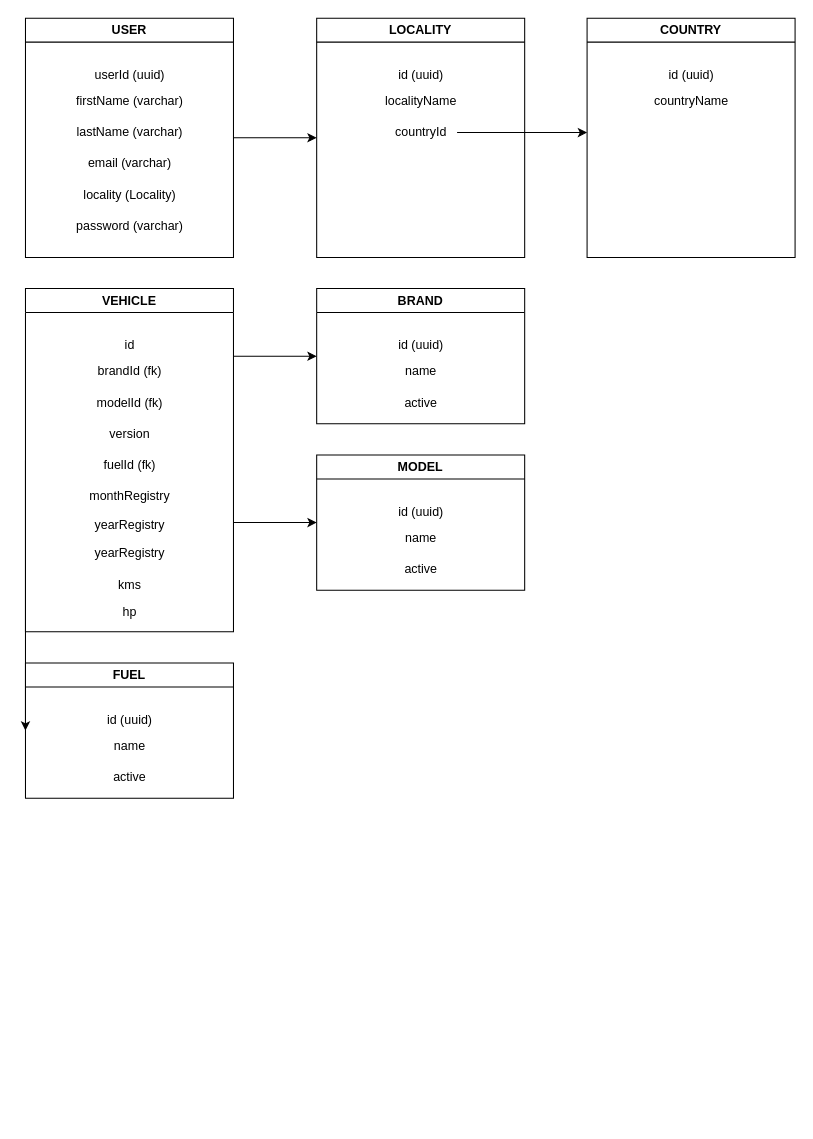
The draw.io diagram concept/register.drawio in alvesa/vehicles-backend, before the edit. Source tidied: cells renumbered, new cells numbered last; positions are measured from the earlier drawing's top-left corner, leaving out a move shared by most shapes. Both pictures are drawn from the tidied source at 104%, with x=0, y=0 at pixel (25, 18).
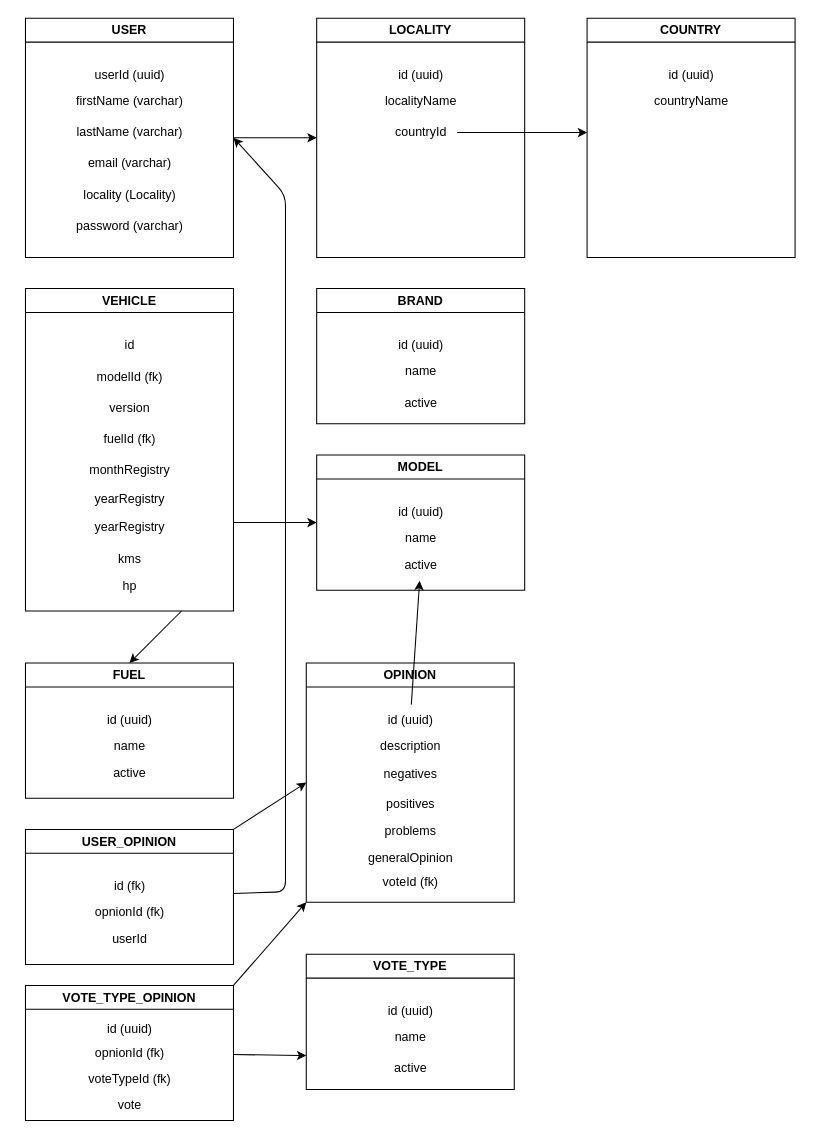
Above is the later version.

Unchanged cells that the change refers to:
```xml
<mxCell id="21" value="USER" style="swimlane;whiteSpace=wrap;html=1;" parent="1" vertex="1">
  <mxGeometry width="200" height="230" as="geometry" />
</mxCell>
<mxCell id="29" value="BRAND" style="swimlane;whiteSpace=wrap;html=1;" parent="1" vertex="1">
  <mxGeometry x="280" y="260" width="200" height="130" as="geometry" />
</mxCell>
<mxCell id="34" value="MODEL" style="swimlane;whiteSpace=wrap;html=1;" parent="1" vertex="1">
  <mxGeometry x="280" y="420" width="200" height="130" as="geometry" />
</mxCell>
<mxCell id="39" value="FUEL" style="swimlane;whiteSpace=wrap;html=1;" parent="1" vertex="1">
  <mxGeometry y="620" width="200" height="130" as="geometry" />
</mxCell>
```

The edit, as a diff of the source:
```diff
@@
     <mxCell id="2" value="VEHICLE" style="swimlane;whiteSpace=wrap;html=1;" parent="1" vertex="1">
-      <mxGeometry y="260" width="200" height="330" as="geometry" />
+      <mxGeometry y="260" width="200" height="310" as="geometry" />
     </mxCell>
@@
     <mxCell id="4" value="monthRegistry" style="text;html=1;align=center;verticalAlign=middle;strokeColor=none;fillColor=none;" parent="2" vertex="1">
-      <mxGeometry x="50" y="185" width="100" height="30" as="geometry" />
+      <mxGeometry x="50" y="160" width="100" height="30" as="geometry" />
     </mxCell>
-    <mxCell id="5" value="brandId (fk)" style="text;html=1;align=center;verticalAlign=middle;strokeColor=none;fillColor=none;" parent="2" vertex="1">
-      <mxGeometry x="60" y="65" width="80" height="30" as="geometry" />
-    </mxCell>
     <mxCell id="6" value="modelId (fk)" style="text;html=1;align=center;verticalAlign=middle;strokeColor=none;fillColor=none;" parent="2" vertex="1">
-      <mxGeometry x="55" y="95" width="90" height="30" as="geometry" />
+      <mxGeometry x="55" y="70" width="90" height="30" as="geometry" />
     </mxCell>
     <mxCell id="7" value="version" style="text;html=1;align=center;verticalAlign=middle;strokeColor=none;fillColor=none;" parent="2" vertex="1">
-      <mxGeometry x="70" y="125" width="60" height="30" as="geometry" />
+      <mxGeometry x="70" y="100" width="60" height="30" as="geometry" />
     </mxCell>
     <mxCell id="8" value="fuelId (fk)" style="text;html=1;align=center;verticalAlign=middle;strokeColor=none;fillColor=none;" parent="2" vertex="1">
-      <mxGeometry x="65" y="155" width="70" height="30" as="geometry" />
+      <mxGeometry x="65" y="130" width="70" height="30" as="geometry" />
     </mxCell>
     <mxCell id="9" value="yearRegistry" style="text;html=1;align=center;verticalAlign=middle;strokeColor=none;fillColor=none;" parent="2" vertex="1">
-      <mxGeometry x="55" y="213" width="90" height="30" as="geometry" />
+      <mxGeometry x="55" y="188" width="90" height="30" as="geometry" />
     </mxCell>
     <mxCell id="10" value="kms" style="text;html=1;align=center;verticalAlign=middle;strokeColor=none;fillColor=none;" parent="2" vertex="1">
-      <mxGeometry x="75" y="270" width="50" height="30" as="geometry" />
+      <mxGeometry x="75" y="245" width="50" height="30" as="geometry" />
     </mxCell>
     <mxCell id="11" value="hp" style="text;html=1;align=center;verticalAlign=middle;strokeColor=none;fillColor=none;" parent="2" vertex="1">
-      <mxGeometry x="80" y="296" width="40" height="30" as="geometry" />
+      <mxGeometry x="80" y="271" width="40" height="30" as="geometry" />
     </mxCell>
@@
     <mxCell id="28" value="yearRegistry" style="text;html=1;align=center;verticalAlign=middle;strokeColor=none;fillColor=none;" parent="1" vertex="1">
-      <mxGeometry x="55" y="500" width="90" height="30" as="geometry" />
+      <mxGeometry x="55" y="475" width="90" height="30" as="geometry" />
     </mxCell>
@@
-    <mxCell id="33" style="edgeStyle=none;html=1;entryX=0;entryY=0.5;entryDx=0;entryDy=0;" parent="1" edge="1" target="29">
-      <mxGeometry relative="1" as="geometry">
-        <mxPoint x="200" y="325" as="sourcePoint" />
-      </mxGeometry>
-    </mxCell>
@@
     <mxCell id="37" value="active" style="text;html=1;align=center;verticalAlign=middle;points=[];strokeColor=none;fillColor=none;" parent="34" vertex="1">
-      <mxGeometry x="75" y="95" width="50" height="30" as="geometry" />
+      <mxGeometry x="75" y="91" width="50" height="30" as="geometry" />
     </mxCell>
@@
     <mxCell id="42" value="active" style="text;html=1;align=center;verticalAlign=middle;strokeColor=none;fillColor=none;" parent="39" vertex="1">
-      <mxGeometry x="75" y="95" width="50" height="30" as="geometry" />
+      <mxGeometry x="75" y="91" width="50" height="30" as="geometry" />
     </mxCell>
-    <mxCell id="43" style="edgeStyle=none;html=1;entryX=0;entryY=0.5;entryDx=0;entryDy=0;exitX=0;exitY=0.5;exitDx=0;exitDy=0;" parent="1" edge="1" source="2" target="39">
+    <mxCell id="43" style="edgeStyle=none;html=1;entryX=0.5;entryY=0;entryDx=0;entryDy=0;exitX=0.75;exitY=1;exitDx=0;exitDy=0;" parent="1" edge="1" source="2" target="39">
       <mxGeometry relative="1" as="geometry" />
     </mxCell>
+    <mxCell id="44" value="OPINION" style="swimlane;whiteSpace=wrap;html=1;" parent="1" vertex="1">
+      <mxGeometry x="270" y="620" width="200" height="230" as="geometry" />
+    </mxCell>
+    <mxCell id="45" value="id (uuid)" style="text;html=1;align=center;verticalAlign=middle;points=[];strokeColor=none;fillColor=none;" parent="44" vertex="1">
+      <mxGeometry x="65" y="40" width="70" height="30" as="geometry" />
+    </mxCell>
+    <mxCell id="46" value="description" style="text;html=1;align=center;verticalAlign=middle;strokeColor=none;fillColor=none;" parent="44" vertex="1">
+      <mxGeometry x="60" y="65" width="80" height="30" as="geometry" />
+    </mxCell>
+    <mxCell id="47" value="negatives" style="text;html=1;align=center;verticalAlign=middle;strokeColor=none;fillColor=none;" parent="44" vertex="1">
+      <mxGeometry x="65" y="92" width="70" height="30" as="geometry" />
+    </mxCell>
+    <mxCell id="48" value="positives" style="text;html=1;align=center;verticalAlign=middle;strokeColor=none;fillColor=none;" parent="44" vertex="1">
+      <mxGeometry x="65" y="121" width="70" height="30" as="geometry" />
+    </mxCell>
+    <mxCell id="49" value="problems" style="text;html=1;align=center;verticalAlign=middle;strokeColor=none;fillColor=none;" parent="44" vertex="1">
+      <mxGeometry x="65" y="147" width="70" height="30" as="geometry" />
+    </mxCell>
+    <mxCell id="50" value="generalOpinion" style="text;html=1;align=center;verticalAlign=middle;strokeColor=none;fillColor=none;" parent="44" vertex="1">
+      <mxGeometry x="50" y="173" width="100" height="30" as="geometry" />
+    </mxCell>
+    <mxCell id="51" value="voteId (fk)" style="text;html=1;align=center;verticalAlign=middle;strokeColor=none;fillColor=none;" parent="44" vertex="1">
+      <mxGeometry x="60" y="196" width="80" height="30" as="geometry" />
+    </mxCell>
+    <mxCell id="52" style="edgeStyle=none;html=1;" parent="1" edge="1" source="45" target="37">
+      <mxGeometry relative="1" as="geometry" />
+    </mxCell>
+    <mxCell id="53" style="edgeStyle=none;html=1;exitX=1;exitY=0;exitDx=0;exitDy=0;entryX=0;entryY=0.5;entryDx=0;entryDy=0;" parent="1" edge="1" source="55" target="44">
+      <mxGeometry relative="1" as="geometry" />
+    </mxCell>
+    <mxCell id="54" style="edgeStyle=none;html=1;entryX=1;entryY=0.5;entryDx=0;entryDy=0;" parent="1" edge="1" source="55" target="21">
+      <mxGeometry relative="1" as="geometry">
+        <Array as="points">
+          <mxPoint x="250" y="840" />
+          <mxPoint x="250" y="360" />
+          <mxPoint x="250" y="170" />
+        </Array>
+      </mxGeometry>
+    </mxCell>
+    <mxCell id="55" value="USER_OPINION" style="swimlane;whiteSpace=wrap;html=1;" parent="1" vertex="1">
+      <mxGeometry y="780" width="200" height="130" as="geometry" />
+    </mxCell>
+    <mxCell id="56" value="id (fk)" style="text;html=1;align=center;verticalAlign=middle;strokeColor=none;fillColor=none;" parent="55" vertex="1">
+      <mxGeometry x="75" y="40" width="50" height="30" as="geometry" />
+    </mxCell>
+    <mxCell id="57" value="opnionId (fk)" style="text;html=1;align=center;verticalAlign=middle;strokeColor=none;fillColor=none;" parent="55" vertex="1">
+      <mxGeometry x="55" y="65" width="90" height="30" as="geometry" />
+    </mxCell>
+    <mxCell id="58" value="userId" style="text;html=1;align=center;verticalAlign=middle;strokeColor=none;fillColor=none;" parent="55" vertex="1">
+      <mxGeometry x="70" y="91" width="60" height="30" as="geometry" />
+    </mxCell>
+    <mxCell id="59" value="VOTE_TYPE" style="swimlane;whiteSpace=wrap;html=1;" parent="1" vertex="1">
+      <mxGeometry x="270" y="900" width="200" height="130" as="geometry" />
+    </mxCell>
+    <mxCell id="60" value="id (uuid)" style="text;html=1;align=center;verticalAlign=middle;strokeColor=none;fillColor=none;" parent="59" vertex="1">
+      <mxGeometry x="65" y="40" width="70" height="30" as="geometry" />
+    </mxCell>
+    <mxCell id="61" value="name" style="text;html=1;align=center;verticalAlign=middle;strokeColor=none;fillColor=none;" parent="59" vertex="1">
+      <mxGeometry x="75" y="65" width="50" height="30" as="geometry" />
+    </mxCell>
+    <mxCell id="62" value="active" style="text;html=1;align=center;verticalAlign=middle;strokeColor=none;fillColor=none;" parent="59" vertex="1">
+      <mxGeometry x="75" y="95" width="50" height="30" as="geometry" />
+    </mxCell>
+    <mxCell id="63" style="edgeStyle=none;html=1;exitX=1;exitY=0;exitDx=0;exitDy=0;entryX=0;entryY=1;entryDx=0;entryDy=0;" parent="1" edge="1" source="65" target="44">
+      <mxGeometry relative="1" as="geometry" />
+    </mxCell>
+    <mxCell id="64" style="edgeStyle=none;html=1;entryX=0;entryY=0.75;entryDx=0;entryDy=0;" parent="1" edge="1" source="65" target="59">
+      <mxGeometry relative="1" as="geometry" />
+    </mxCell>
+    <mxCell id="65" value="VOTE_TYPE_OPINION" style="swimlane;whiteSpace=wrap;html=1;" parent="1" vertex="1">
+      <mxGeometry y="930" width="200" height="130" as="geometry" />
+    </mxCell>
+    <mxCell id="66" value="id (uuid)" style="text;html=1;align=center;verticalAlign=middle;strokeColor=none;fillColor=none;" parent="65" vertex="1">
+      <mxGeometry x="65" y="27" width="70" height="30" as="geometry" />
+    </mxCell>
+    <mxCell id="67" value="opnionId (fk)" style="text;html=1;align=center;verticalAlign=middle;strokeColor=none;fillColor=none;" parent="65" vertex="1">
+      <mxGeometry x="55" y="50" width="90" height="30" as="geometry" />
+    </mxCell>
+    <mxCell id="68" value="voteTypeId (fk)" style="text;html=1;align=center;verticalAlign=middle;strokeColor=none;fillColor=none;" parent="65" vertex="1">
+      <mxGeometry x="50" y="75" width="100" height="30" as="geometry" />
+    </mxCell>
+    <mxCell id="69" value="vote" style="text;html=1;align=center;verticalAlign=middle;strokeColor=none;fillColor=none;" parent="65" vertex="1">
+      <mxGeometry x="75" y="100" width="50" height="30" as="geometry" />
+    </mxCell>
```
